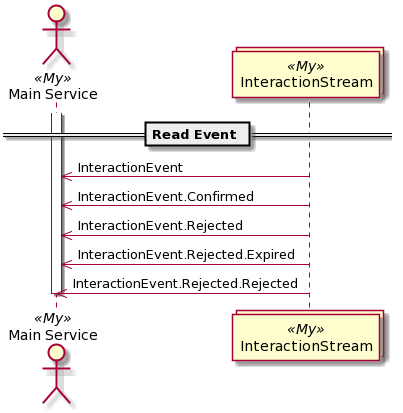
This is docs/tuc/examples/read-event.png from TypedUseCase/tuc-console, a PlantUML export, as it was before one commit.
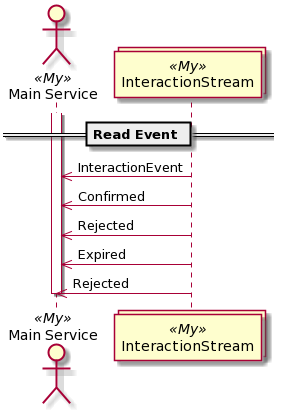
Later version of the same file.

Diff of the diagram source:
```diff
@@ -8,10 +8,10 @@
 
 activate MainService
 InteractionStream ->> MainService: InteractionEvent
-InteractionStream ->> MainService: InteractionEvent.Confirmed
-InteractionStream ->> MainService: InteractionEvent.Rejected
-InteractionStream ->> MainService: InteractionEvent.Rejected.Expired
-InteractionStream ->> MainService: InteractionEvent.Rejected.Rejected
+InteractionStream ->> MainService: Confirmed
+InteractionStream ->> MainService: Rejected
+InteractionStream ->> MainService: Expired
+InteractionStream ->> MainService: Rejected
 
 deactivate MainService
 @enduml
```
